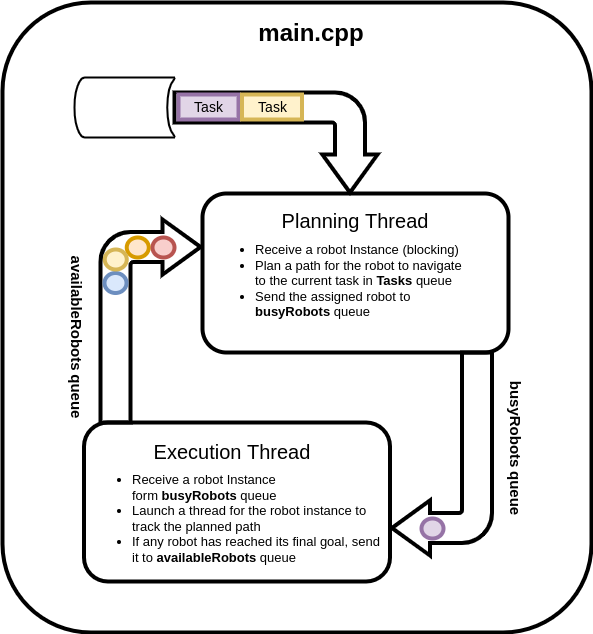
The draw.io diagram assets/Queue.drawio.png in AlaaAlassi/CppND-Capstone-Multi-Agent-A-Start, before a commit. Source tidied: cells renumbered, new cells last; positions are measured from the earlier drawing's top-left corner, leaving out a move shared by most shapes.
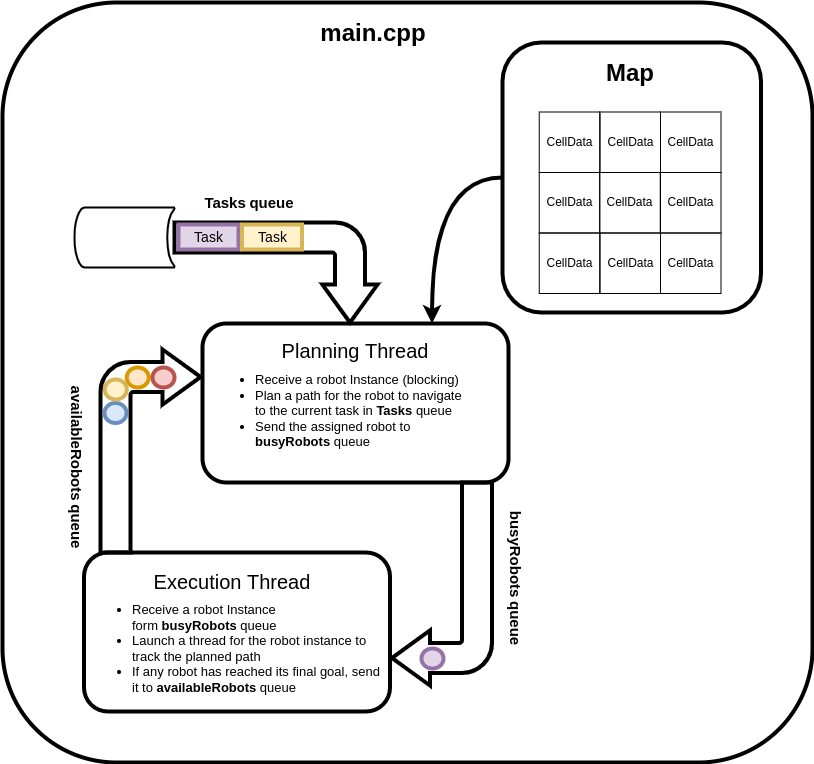
Above is the later version.

Commit message:
add map to figure

The edit, as a diff of the source:
```diff
@@ -3,7 +3,7 @@
     <mxCell id="0" />
     <mxCell id="1" parent="0" />
     <mxCell id="2" value="&lt;blockquote style=&quot;margin: 0 0 0 40px ; border: none ; padding: 0px&quot;&gt;&lt;p&gt;&lt;br&gt;&lt;/p&gt;&lt;/blockquote&gt;" style="rounded=1;whiteSpace=wrap;html=1;fontSize=12;glass=0;strokeWidth=4;shadow=0;align=left;fillColor=none;" parent="1" vertex="1">
-      <mxGeometry width="589" height="630" as="geometry" />
+      <mxGeometry y="-130" width="810" height="760" as="geometry" />
     </mxCell>
     <mxCell id="3" style="html=1;shadow=0;dashed=0;align=center;verticalAlign=middle;shape=mxgraph.arrows2.bendArrow;dy=15;dx=38;notch=0;arrowHead=55;rounded=1;fontSize=21;strokeWidth=4;fillColor=none;direction=west;" parent="1" vertex="1">
       <mxGeometry x="389.5" y="350" width="100" height="203" as="geometry" />
@@ -15,7 +15,7 @@
       <mxGeometry x="200" y="191" width="306" height="159" as="geometry" />
     </mxCell>
     <mxCell id="6" value="&lt;span style=&quot;font-size: 24px&quot;&gt;&lt;b&gt;main.cpp&lt;/b&gt;&lt;/span&gt;" style="text;whiteSpace=wrap;html=1;align=center;" parent="1" vertex="1">
-      <mxGeometry x="190" y="10" width="237.5" height="50" as="geometry" />
+      <mxGeometry x="252" y="-120" width="237.5" height="50" as="geometry" />
     </mxCell>
     <mxCell id="7" value="&lt;span style=&quot;font-size: 20px&quot;&gt;Execution&amp;nbsp;Thread&lt;/span&gt;" style="text;whiteSpace=wrap;html=1;align=center;" parent="1" vertex="1">
       <mxGeometry x="111.2" y="431" width="237.5" height="30" as="geometry" />
@@ -65,5 +65,44 @@
     <mxCell id="22" value="&lt;div style=&quot;text-align: left&quot;&gt;&lt;b&gt;&lt;font style=&quot;font-size: 15px&quot;&gt;availableRobots&lt;/font&gt;&lt;/b&gt;&lt;span style=&quot;font-size: 13px&quot;&gt;&amp;nbsp;&lt;/span&gt;&lt;b&gt;&lt;font style=&quot;font-size: 15px&quot;&gt;queue&lt;/font&gt;&lt;/b&gt;&lt;br&gt;&lt;/div&gt;" style="text;whiteSpace=wrap;html=1;align=center;direction=east;rotation=90;" parent="1" vertex="1">
       <mxGeometry y="320" width="150" height="30" as="geometry" />
     </mxCell>
+    <mxCell id="23" value="CellData" style="whiteSpace=wrap;html=1;fillColor=none;" parent="1" vertex="1">
+      <mxGeometry x="536.8" y="40" width="60.5" height="60.5" as="geometry" />
+    </mxCell>
+    <mxCell id="24" value="CellData" style="whiteSpace=wrap;html=1;fillColor=none;" parent="1" vertex="1">
+      <mxGeometry x="597.2" y="40" width="60.5" height="60.5" as="geometry" />
+    </mxCell>
+    <mxCell id="25" value="CellData" style="whiteSpace=wrap;html=1;fillColor=none;" parent="1" vertex="1">
+      <mxGeometry x="658" y="40" width="60.5" height="60.5" as="geometry" />
+    </mxCell>
+    <mxCell id="26" value="CellData" style="whiteSpace=wrap;html=1;fillColor=none;" parent="1" vertex="1">
+      <mxGeometry x="536.8" y="100.5" width="60.5" height="60.5" as="geometry" />
+    </mxCell>
+    <mxCell id="27" value="CellData" style="whiteSpace=wrap;html=1;fillColor=none;" parent="1" vertex="1">
+      <mxGeometry x="597.5" y="100.5" width="60.5" height="60.5" as="geometry" />
+    </mxCell>
+    <mxCell id="28" value="CellData" style="whiteSpace=wrap;html=1;fillColor=none;" parent="1" vertex="1">
+      <mxGeometry x="658" y="100.5" width="60.5" height="60.5" as="geometry" />
+    </mxCell>
+    <mxCell id="29" value="CellData" style="whiteSpace=wrap;html=1;fillColor=none;" parent="1" vertex="1">
+      <mxGeometry x="536.8" y="-20.5" width="60.5" height="60.5" as="geometry" />
+    </mxCell>
+    <mxCell id="30" value="CellData" style="whiteSpace=wrap;html=1;fillColor=none;" parent="1" vertex="1">
+      <mxGeometry x="597.5" y="-20.5" width="60.5" height="60.5" as="geometry" />
+    </mxCell>
+    <mxCell id="31" value="CellData" style="whiteSpace=wrap;html=1;fillColor=none;" parent="1" vertex="1">
+      <mxGeometry x="658" y="-20.5" width="60.5" height="60.5" as="geometry" />
+    </mxCell>
+    <mxCell id="32" style="edgeStyle=orthogonalEdgeStyle;rounded=0;jettySize=auto;html=1;exitX=0;exitY=0.5;exitDx=0;exitDy=0;entryX=0.75;entryY=0;entryDx=0;entryDy=0;curved=1;strokeWidth=4;" parent="1" edge="1" source="33" target="5">
+      <mxGeometry relative="1" as="geometry" />
+    </mxCell>
+    <mxCell id="33" value="&lt;blockquote style=&quot;margin: 0 0 0 40px ; border: none ; padding: 0px&quot;&gt;&lt;p&gt;&lt;br&gt;&lt;/p&gt;&lt;/blockquote&gt;" style="rounded=1;whiteSpace=wrap;html=1;fontSize=12;glass=0;strokeWidth=4;shadow=0;align=left;fillColor=none;" parent="1" vertex="1">
+      <mxGeometry x="500" y="-90" width="258.5" height="270" as="geometry" />
+    </mxCell>
+    <mxCell id="34" value="&lt;span style=&quot;font-size: 24px&quot;&gt;&lt;b&gt;Map&lt;/b&gt;&lt;/span&gt;" style="text;whiteSpace=wrap;html=1;align=center;" parent="1" vertex="1">
+      <mxGeometry x="508.8" y="-80" width="237.5" height="50" as="geometry" />
+    </mxCell>
+    <mxCell id="35" value="&lt;div style=&quot;text-align: left&quot;&gt;&lt;b&gt;&lt;font style=&quot;font-size: 15px&quot;&gt;Tasks&lt;/font&gt;&lt;/b&gt;&lt;span style=&quot;font-size: 13px&quot;&gt;&amp;nbsp;&lt;/span&gt;&lt;font style=&quot;font-size: 15px&quot;&gt;&lt;b&gt;queue&lt;/b&gt;&lt;/font&gt;&lt;br&gt;&lt;/div&gt;" style="text;whiteSpace=wrap;html=1;align=center;direction=west;rotation=0;" parent="1" vertex="1">
+      <mxGeometry x="172" y="55.2" width="150" height="30" as="geometry" />
+    </mxCell>
   </root>
 </mxGraphModel>
```
